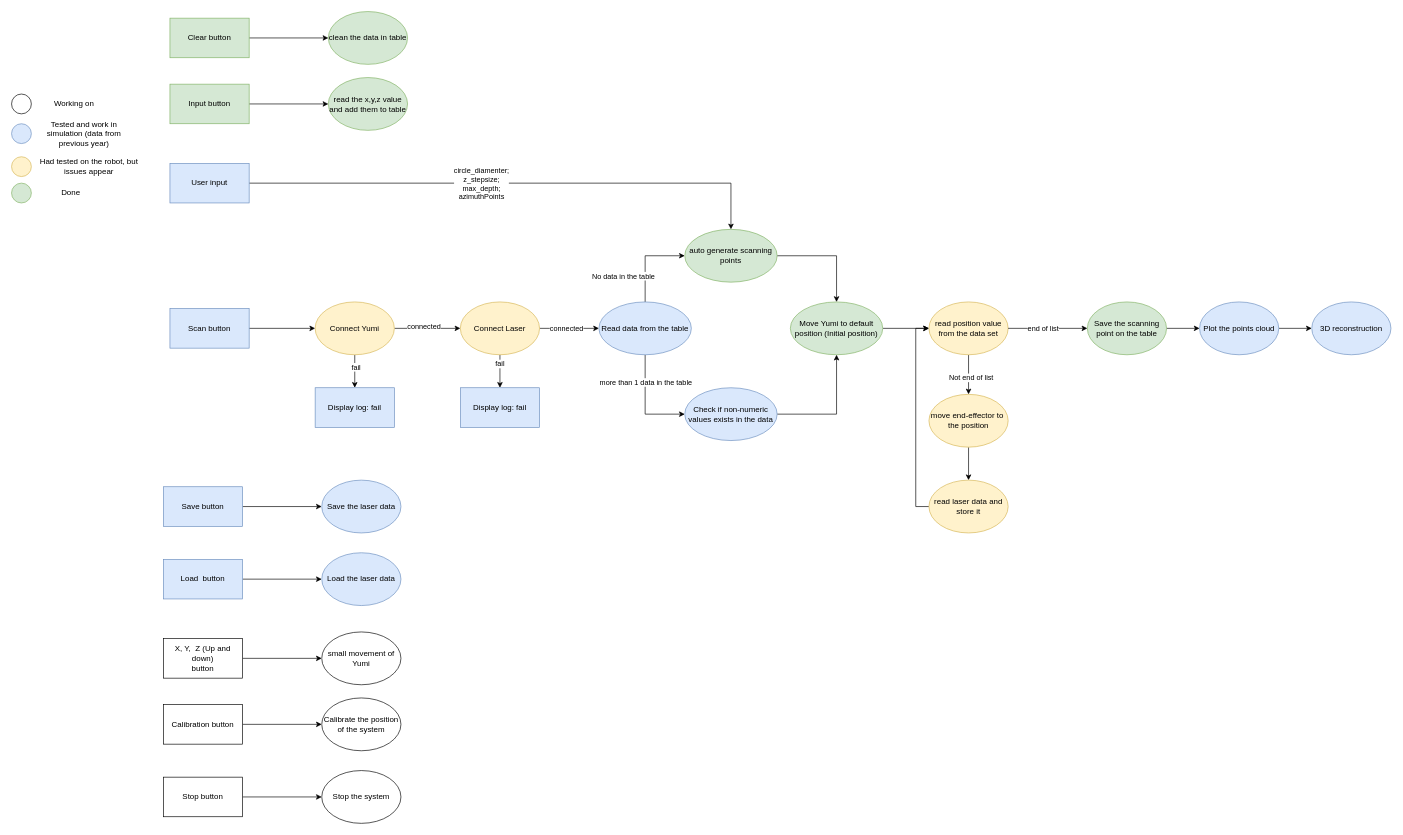
This is Design_diagram/ScanningSystem_Ver1.4.drawio from MDU-C2/MicroTomography, a draw.io file, before an edit. Source tidied: cells renumbered, new cells numbered last; positions are measured from the earlier drawing's top-left corner, leaving out a move shared by most shapes. Both pictures are drawn from the tidied source at 66%, with x=0, y=0 at pixel (11, 11).
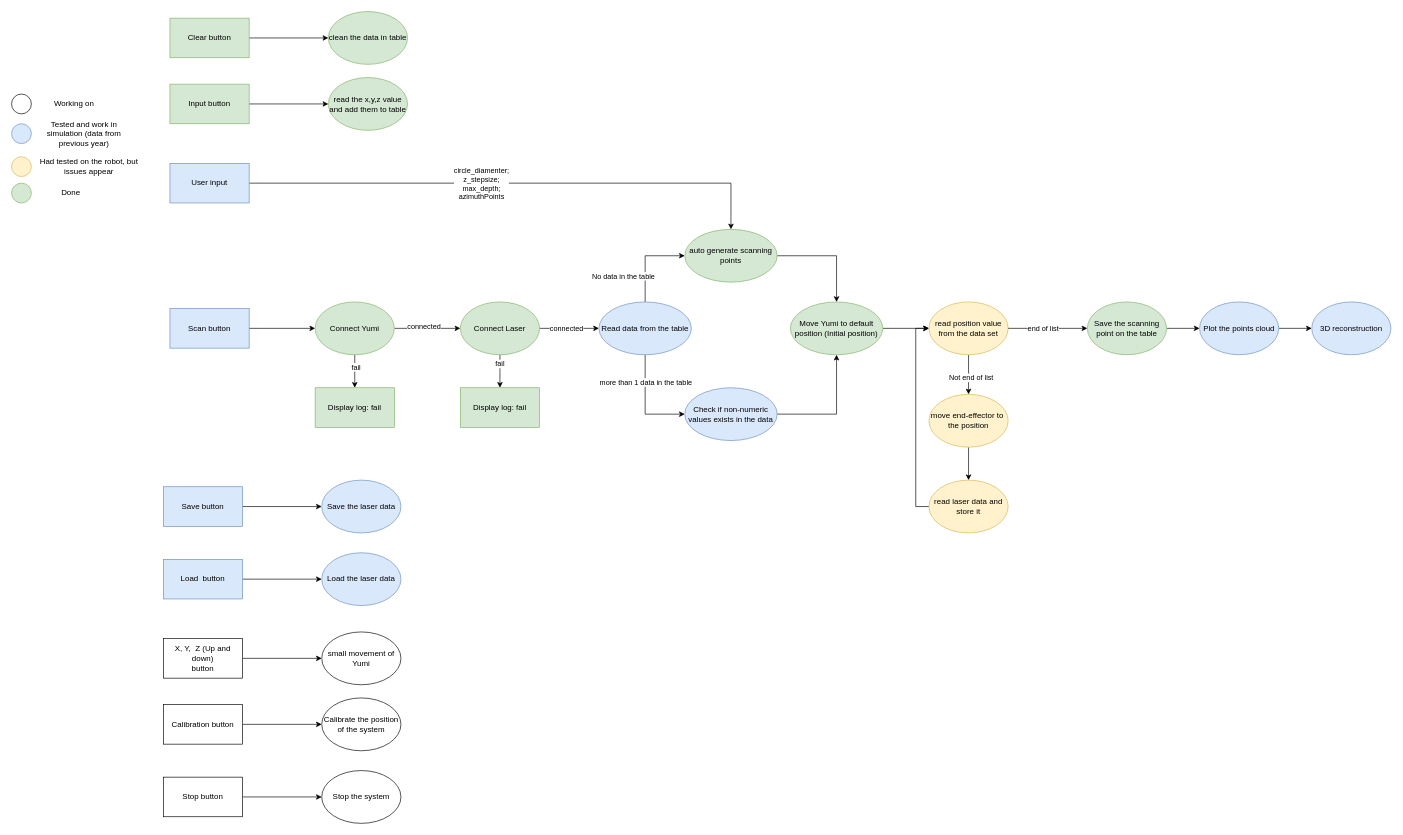
The same diagram, later.

What changed in the source:
```diff
@@
-    <mxCell id="8" value="Connect Yumi" style="ellipse;whiteSpace=wrap;html=1;fillColor=#fff2cc;strokeColor=#d6b656;" parent="1" vertex="1">
+    <mxCell id="8" value="Connect Yumi" style="ellipse;whiteSpace=wrap;html=1;fillColor=#d5e8d4;strokeColor=#82b366;" parent="1" vertex="1">
       <mxGeometry x="460" y="440" width="120" height="80" as="geometry" />
     </mxCell>
-    <mxCell id="9" value="Display log: fail" style="rounded=0;whiteSpace=wrap;html=1;fillColor=#dae8fc;strokeColor=#6c8ebf;" parent="1" vertex="1">
+    <mxCell id="9" value="Display log: fail" style="rounded=0;whiteSpace=wrap;html=1;fillColor=#d5e8d4;strokeColor=#82b366;" parent="1" vertex="1">
       <mxGeometry x="460" y="570" width="120" height="60" as="geometry" />
     </mxCell>
@@
-    <mxCell id="14" value="Connect Laser" style="ellipse;whiteSpace=wrap;html=1;fillColor=#fff2cc;strokeColor=#d6b656;" parent="1" vertex="1">
+    <mxCell id="14" value="Connect Laser" style="ellipse;whiteSpace=wrap;html=1;fillColor=#d5e8d4;strokeColor=#82b366;" parent="1" vertex="1">
       <mxGeometry x="680" y="440" width="120" height="80" as="geometry" />
     </mxCell>
-    <mxCell id="15" value="Display log: fail" style="rounded=0;whiteSpace=wrap;html=1;fillColor=#dae8fc;strokeColor=#6c8ebf;" parent="1" vertex="1">
+    <mxCell id="15" value="Display log: fail" style="rounded=0;whiteSpace=wrap;html=1;fillColor=#d5e8d4;strokeColor=#82b366;" parent="1" vertex="1">
       <mxGeometry x="680" y="570" width="120" height="60" as="geometry" />
     </mxCell>
```
